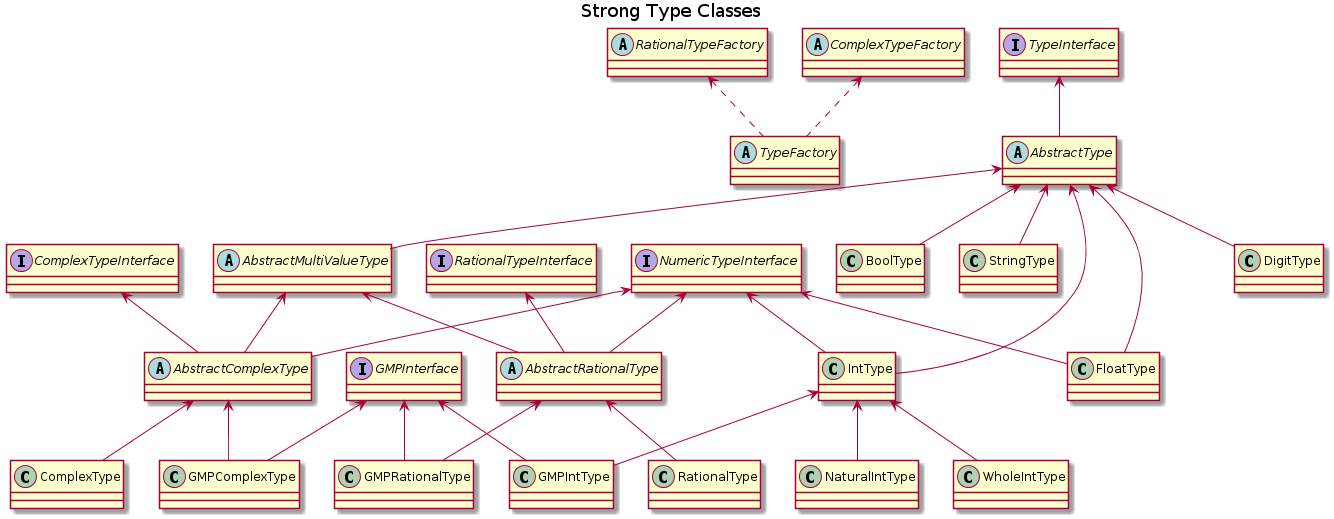
This is docs/strong-type-class.png from chippyash/Strong-Type, a PlantUML export, as it was before one commit.
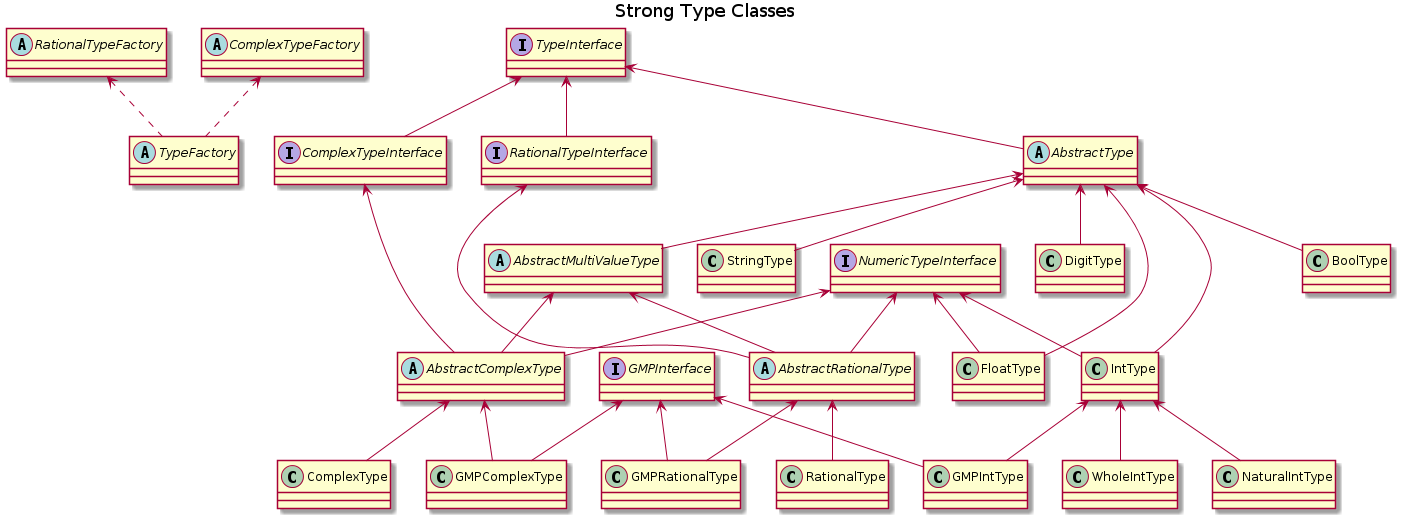
The same file after the commit.

Commit message:
update uml diag

The edit, as a diff of the source:
```diff
@@ -53,6 +53,8 @@
 class GMPComplexType
 
 TypeInterface <-- AbstractType
+TypeInterface <-- ComplexTypeInterface
+TypeInterface <-- RationalTypeInterface
 AbstractType <-- AbstractMultiValueType
 AbstractType <-- BoolType
 AbstractType <-- StringType
```
